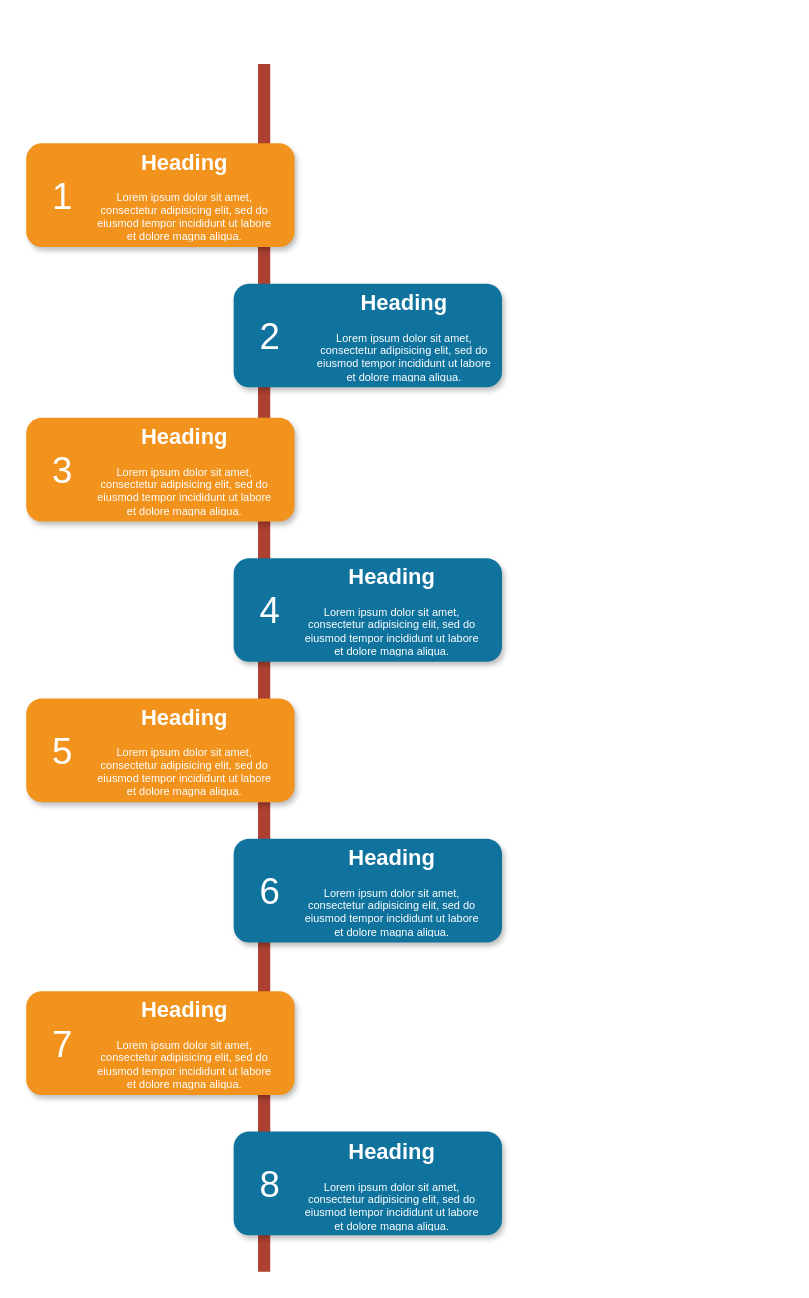
The draw.io diagram Untitled Diagram.drawio in duodecanol/drawings, before the edit. Source tidied: cells renumbered, new cells numbered last; positions are measured from the earlier drawing's top-left corner, leaving out a move shared by most shapes. Both pictures are drawn from the tidied source at 122%, with x=0, y=0 at pixel (26, 63).
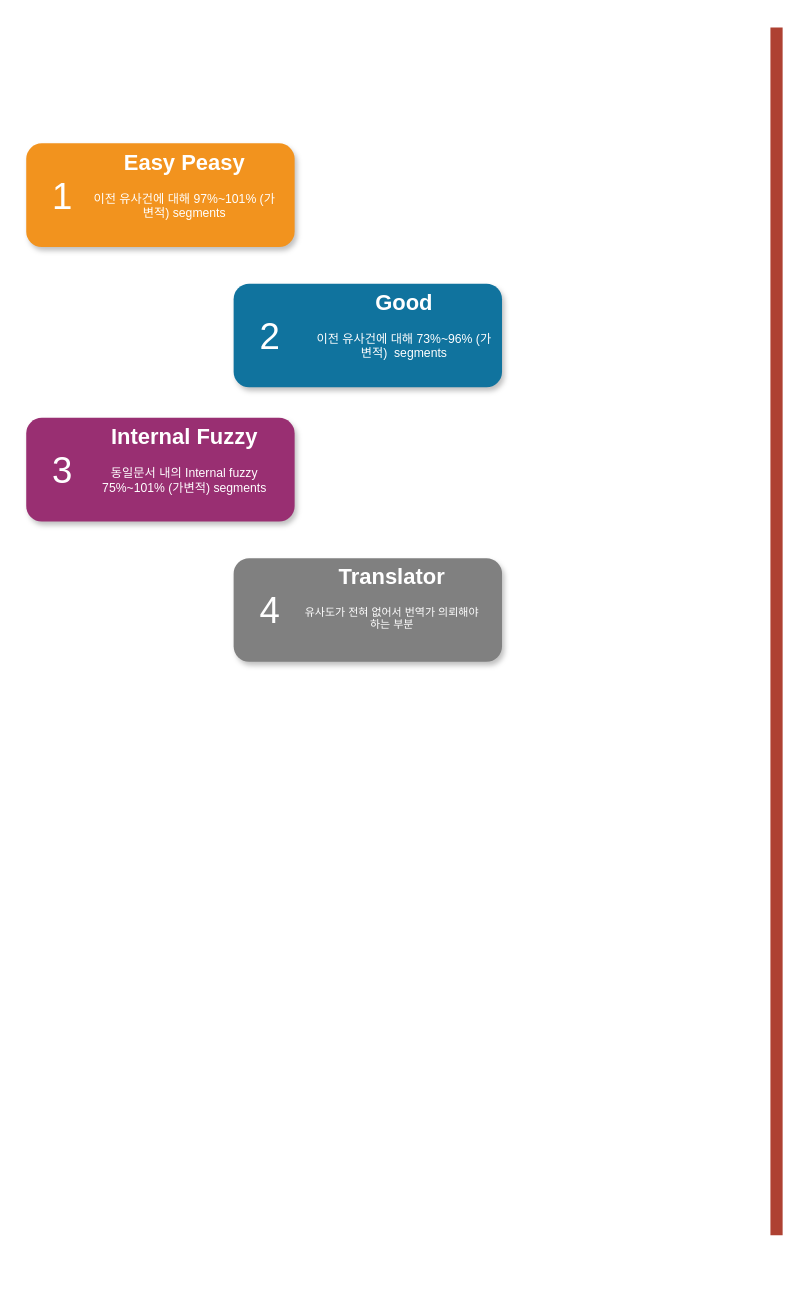
Above is the later version.

The edit, as a diff of the source:
```diff
@@
     <mxCell id="2" style="line;strokeWidth=10;direction=south;html=1;fillColor=none;fontSize=13;fontColor=#000000;align=center;strokeColor=#AE4132;" parent="1" vertex="1">
-      <mxGeometry x="190" width="10" height="990" as="geometry" />
+      <mxGeometry x="610" y="-30" width="10" height="990" as="geometry" />
     </mxCell>
@@
-    <mxCell id="7" style="rounded=1;whiteSpace=wrap;html=1;strokeColor=none;strokeWidth=1;fillColor=#F2931E;fontSize=13;fontColor=#FFFFFF;align=center;gradientColor=none;gradientDirection=east;verticalAlign=top;shadow=1;" parent="1" vertex="1">
+    <mxCell id="7" style="rounded=1;whiteSpace=wrap;html=1;strokeColor=none;strokeWidth=1;fillColor=#992F72;fontSize=13;fontColor=#FFFFFF;align=center;gradientColor=none;gradientDirection=east;verticalAlign=top;shadow=1;" parent="1" vertex="1">
       <mxGeometry y="290" width="220" height="85" as="geometry" />
     </mxCell>
@@
-    <mxCell id="9" style="rounded=1;whiteSpace=wrap;html=1;strokeColor=none;strokeWidth=1;fillColor=#10739E;fontSize=13;fontColor=#FFFFFF;align=center;gradientColor=none;gradientDirection=east;verticalAlign=top;shadow=1;" parent="1" vertex="1">
+    <mxCell id="9" style="rounded=1;whiteSpace=wrap;html=1;strokeColor=none;strokeWidth=1;fillColor=#808080;fontSize=13;fontColor=#FFFFFF;align=center;gradientColor=none;gradientDirection=east;verticalAlign=top;shadow=1;" parent="1" vertex="1">
       <mxGeometry x="170" y="405" width="220" height="85" as="geometry" />
     </mxCell>
@@
-    <mxCell id="11" style="rounded=1;whiteSpace=wrap;html=1;strokeColor=none;strokeWidth=1;fillColor=#F2931E;fontSize=13;fontColor=#FFFFFF;align=center;gradientColor=none;gradientDirection=east;verticalAlign=top;shadow=1;" parent="1" vertex="1">
-      <mxGeometry y="520" width="220" height="85" as="geometry" />
-    </mxCell>
-    <mxCell id="12" value="5" style="text;html=1;strokeColor=none;fillColor=none;align=center;verticalAlign=middle;whiteSpace=wrap;fontSize=30;fontColor=#FFFFFF;" parent="1" vertex="1">
-      <mxGeometry x="10" y="553" width="40" height="20" as="geometry" />
-    </mxCell>
-    <mxCell id="13" style="rounded=1;whiteSpace=wrap;html=1;strokeColor=none;strokeWidth=1;fillColor=#10739E;fontSize=13;fontColor=#FFFFFF;align=center;gradientColor=none;gradientDirection=east;verticalAlign=top;shadow=1;" parent="1" vertex="1">
-      <mxGeometry x="170" y="635" width="220" height="85" as="geometry" />
-    </mxCell>
-    <mxCell id="14" value="6" style="text;html=1;strokeColor=none;fillColor=none;align=center;verticalAlign=middle;whiteSpace=wrap;fontSize=30;fontColor=#FFFFFF;" parent="1" vertex="1">
-      <mxGeometry x="180" y="668" width="40" height="20" as="geometry" />
-    </mxCell>
-    <mxCell id="15" style="rounded=1;whiteSpace=wrap;html=1;strokeColor=none;strokeWidth=1;fillColor=#F2931E;fontSize=13;fontColor=#FFFFFF;align=center;gradientColor=none;gradientDirection=east;verticalAlign=top;shadow=1;" parent="1" vertex="1">
-      <mxGeometry y="760" width="220" height="85" as="geometry" />
-    </mxCell>
-    <mxCell id="16" value="7" style="text;html=1;strokeColor=none;fillColor=none;align=center;verticalAlign=middle;whiteSpace=wrap;fontSize=30;fontColor=#FFFFFF;" parent="1" vertex="1">
-      <mxGeometry x="10" y="793" width="40" height="20" as="geometry" />
-    </mxCell>
-    <mxCell id="17" style="rounded=1;whiteSpace=wrap;html=1;strokeColor=none;strokeWidth=1;fillColor=#10739E;fontSize=13;fontColor=#FFFFFF;align=center;gradientColor=none;gradientDirection=east;verticalAlign=top;shadow=1;" parent="1" vertex="1">
-      <mxGeometry x="170" y="875" width="220" height="85" as="geometry" />
-    </mxCell>
-    <mxCell id="18" value="8" style="text;html=1;strokeColor=none;fillColor=none;align=center;verticalAlign=middle;whiteSpace=wrap;fontSize=30;fontColor=#FFFFFF;" parent="1" vertex="1">
-      <mxGeometry x="180" y="908" width="40" height="20" as="geometry" />
-    </mxCell>
-    <mxCell id="19" value="&lt;h1&gt;Heading&lt;/h1&gt;&lt;p&gt;Lorem ipsum dolor sit amet, consectetur adipisicing elit, sed do eiusmod tempor incididunt ut labore et dolore magna aliqua.&lt;/p&gt;" style="text;html=1;spacing=5;spacingTop=-20;whiteSpace=wrap;overflow=hidden;strokeColor=none;strokeWidth=4;fillColor=none;gradientColor=#007FFF;fontSize=9;fontColor=#FFFFFF;align=center;" parent="1" vertex="1">
+    <mxCell id="19" value="&lt;h1&gt;Easy Peasy&lt;/h1&gt;&lt;p&gt;&lt;font size=&quot;1&quot;&gt;이전 유사건에 대해 97%~101% (가변적) segments&lt;/font&gt;&lt;/p&gt;&lt;div&gt;&lt;br&gt;&lt;/div&gt;" style="text;html=1;spacing=5;spacingTop=-20;whiteSpace=wrap;overflow=hidden;strokeColor=none;strokeWidth=4;fillColor=none;gradientColor=#007FFF;fontSize=9;fontColor=#FFFFFF;align=center;" parent="1" vertex="1">
       <mxGeometry x="50" y="69" width="160" height="77" as="geometry" />
     </mxCell>
-    <mxCell id="20" value="&lt;h1&gt;Heading&lt;/h1&gt;&lt;p&gt;Lorem ipsum dolor sit amet, consectetur adipisicing elit, sed do eiusmod tempor incididunt ut labore et dolore magna aliqua.&lt;/p&gt;" style="text;html=1;spacing=5;spacingTop=-20;whiteSpace=wrap;overflow=hidden;strokeColor=none;strokeWidth=4;fillColor=none;gradientColor=#007FFF;fontSize=9;fontColor=#FFFFFF;align=center;" parent="1" vertex="1">
+    <mxCell id="20" value="&lt;h1&gt;Good&lt;/h1&gt;&lt;p&gt;&lt;font size=&quot;1&quot;&gt;이전 유사건에 대해 73%~96% (가변적)&amp;nbsp; segments&lt;/font&gt;&lt;/p&gt;&lt;div&gt;&lt;br&gt;&lt;/div&gt;" style="text;html=1;spacing=5;spacingTop=-20;whiteSpace=wrap;overflow=hidden;strokeColor=none;strokeWidth=4;fillColor=none;gradientColor=#007FFF;fontSize=9;fontColor=#FFFFFF;align=center;" parent="1" vertex="1">
       <mxGeometry x="230" y="184" width="160" height="77" as="geometry" />
     </mxCell>
-    <mxCell id="21" value="&lt;h1&gt;Heading&lt;/h1&gt;&lt;p&gt;Lorem ipsum dolor sit amet, consectetur adipisicing elit, sed do eiusmod tempor incididunt ut labore et dolore magna aliqua.&lt;/p&gt;" style="text;html=1;spacing=5;spacingTop=-20;whiteSpace=wrap;overflow=hidden;strokeColor=none;strokeWidth=4;fillColor=none;gradientColor=#007FFF;fontSize=9;fontColor=#FFFFFF;align=center;" parent="1" vertex="1">
+    <mxCell id="21" value="&lt;h1&gt;Internal Fuzzy&lt;/h1&gt;&lt;p&gt;&lt;font size=&quot;1&quot;&gt;동일문서 내의 Internal fuzzy 75%~101% (가변적) segments&lt;/font&gt;&lt;/p&gt;&lt;div&gt;&lt;br&gt;&lt;/div&gt;" style="text;html=1;spacing=5;spacingTop=-20;whiteSpace=wrap;overflow=hidden;strokeColor=none;strokeWidth=4;fillColor=none;gradientColor=#007FFF;fontSize=9;fontColor=#FFFFFF;align=center;" parent="1" vertex="1">
       <mxGeometry x="50" y="294" width="160" height="77" as="geometry" />
     </mxCell>
-    <mxCell id="22" value="&lt;h1&gt;Heading&lt;/h1&gt;&lt;p&gt;Lorem ipsum dolor sit amet, consectetur adipisicing elit, sed do eiusmod tempor incididunt ut labore et dolore magna aliqua.&lt;/p&gt;" style="text;html=1;spacing=5;spacingTop=-20;whiteSpace=wrap;overflow=hidden;strokeColor=none;strokeWidth=4;fillColor=none;gradientColor=#007FFF;fontSize=9;fontColor=#FFFFFF;align=center;" parent="1" vertex="1">
+    <mxCell id="22" value="&lt;h1&gt;Translator&lt;/h1&gt;&lt;p&gt;유사도가 전혀 없어서 번역가 의뢰해야 하는 부분&lt;/p&gt;" style="text;html=1;spacing=5;spacingTop=-20;whiteSpace=wrap;overflow=hidden;strokeColor=none;strokeWidth=4;fillColor=none;gradientColor=#007FFF;fontSize=9;fontColor=#FFFFFF;align=center;" parent="1" vertex="1">
       <mxGeometry x="220" y="409" width="160" height="77" as="geometry" />
     </mxCell>
-    <mxCell id="23" value="&lt;h1&gt;Heading&lt;/h1&gt;&lt;p&gt;Lorem ipsum dolor sit amet, consectetur adipisicing elit, sed do eiusmod tempor incididunt ut labore et dolore magna aliqua.&lt;/p&gt;" style="text;html=1;spacing=5;spacingTop=-20;whiteSpace=wrap;overflow=hidden;strokeColor=none;strokeWidth=4;fillColor=none;gradientColor=#007FFF;fontSize=9;fontColor=#FFFFFF;align=center;" parent="1" vertex="1">
-      <mxGeometry x="50" y="524" width="160" height="77" as="geometry" />
-    </mxCell>
-    <mxCell id="24" value="&lt;h1&gt;Heading&lt;/h1&gt;&lt;p&gt;Lorem ipsum dolor sit amet, consectetur adipisicing elit, sed do eiusmod tempor incididunt ut labore et dolore magna aliqua.&lt;/p&gt;" style="text;html=1;spacing=5;spacingTop=-20;whiteSpace=wrap;overflow=hidden;strokeColor=none;strokeWidth=4;fillColor=none;gradientColor=#007FFF;fontSize=9;fontColor=#FFFFFF;align=center;" parent="1" vertex="1">
-      <mxGeometry x="220" y="639" width="160" height="77" as="geometry" />
-    </mxCell>
-    <mxCell id="25" value="&lt;h1&gt;Heading&lt;/h1&gt;&lt;p&gt;Lorem ipsum dolor sit amet, consectetur adipisicing elit, sed do eiusmod tempor incididunt ut labore et dolore magna aliqua.&lt;/p&gt;" style="text;html=1;spacing=5;spacingTop=-20;whiteSpace=wrap;overflow=hidden;strokeColor=none;strokeWidth=4;fillColor=none;gradientColor=#007FFF;fontSize=9;fontColor=#FFFFFF;align=center;" parent="1" vertex="1">
-      <mxGeometry x="50" y="764" width="160" height="77" as="geometry" />
-    </mxCell>
-    <mxCell id="26" value="&lt;h1&gt;Heading&lt;/h1&gt;&lt;p&gt;Lorem ipsum dolor sit amet, consectetur adipisicing elit, sed do eiusmod tempor incididunt ut labore et dolore magna aliqua.&lt;/p&gt;" style="text;html=1;spacing=5;spacingTop=-20;whiteSpace=wrap;overflow=hidden;strokeColor=none;strokeWidth=4;fillColor=none;gradientColor=#007FFF;fontSize=9;fontColor=#FFFFFF;align=center;" parent="1" vertex="1">
-      <mxGeometry x="220" y="880" width="160" height="77" as="geometry" />
-    </mxCell>
```
